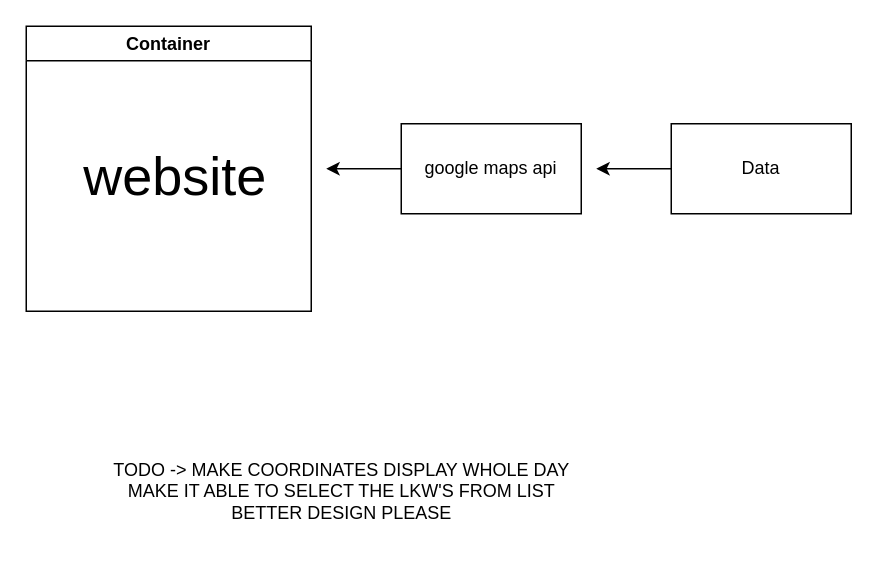
Earlier version of the draw.io diagram Untitled Diagram.drawio (NepsNepsi/qrcodetraining). Source tidied: cells renumbered, new cells numbered last; positions are measured from the earlier drawing's top-left corner, leaving out a move shared by most shapes. Both pictures are drawn from the tidied source at 150%, with x=0, y=0 at pixel (26, 26).
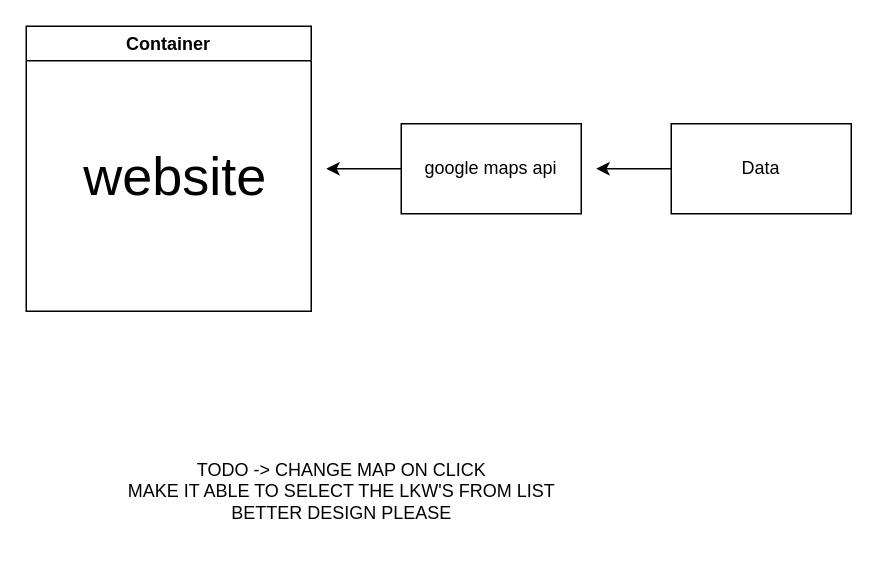
The same diagram, later.

Change to the diagram source:
```diff
@@
 <mxGraphModel>
   <root>
     <mxCell id="0" />
     <mxCell id="1" parent="0" />
     <mxCell id="2" value="Container" style="swimlane;" parent="1" vertex="1">
       <mxGeometry width="190" height="190" as="geometry" />
     </mxCell>
     <mxCell id="3" value="&lt;div style=&quot;font-size: 36px;&quot;&gt;website&lt;/div&gt;" style="text;html=1;align=center;verticalAlign=middle;strokeColor=none;fillColor=none;fontSize=36;" parent="2" vertex="1">
       <mxGeometry x="29" y="70" width="140" height="60" as="geometry" />
     </mxCell>
     <mxCell id="4" style="edgeStyle=orthogonalEdgeStyle;rounded=0;jettySize=auto;html=1;" parent="1" edge="1" source="5">
       <mxGeometry relative="1" as="geometry">
         <mxPoint x="380" y="95" as="targetPoint" />
       </mxGeometry>
     </mxCell>
     <mxCell id="5" value="&lt;div&gt;Data&lt;/div&gt;" style="rounded=0;whiteSpace=wrap;html=1;" parent="1" vertex="1">
       <mxGeometry x="430" y="65" width="120" height="60" as="geometry" />
     </mxCell>
     <mxCell id="6" style="edgeStyle=orthogonalEdgeStyle;rounded=0;jettySize=auto;html=1;" parent="1" edge="1" source="7">
       <mxGeometry relative="1" as="geometry">
         <mxPoint x="200" y="95" as="targetPoint" />
       </mxGeometry>
     </mxCell>
     <mxCell id="7" value="&lt;div&gt;google maps api&lt;/div&gt;" style="rounded=0;whiteSpace=wrap;html=1;" parent="1" vertex="1">
       <mxGeometry x="250" y="65" width="120" height="60" as="geometry" />
     </mxCell>
-    <mxCell id="8" value="TODO -&amp;gt; MAKE COORDINATES DISPLAY WHOLE DAY&lt;br&gt;MAKE IT ABLE TO SELECT THE LKW'S FROM LIST&lt;br&gt;BETTER DESIGN PLEASE" style="text;html=1;align=center;verticalAlign=middle;strokeColor=none;fillColor=none;" parent="1" vertex="1">
-      <mxGeometry x="50" y="280" width="320" height="60" as="geometry" />
+    <mxCell id="8" value="&lt;div&gt;TODO -&amp;gt; CHANGE MAP ON CLICK&lt;/div&gt;MAKE IT ABLE TO SELECT THE LKW'S FROM LIST&lt;br&gt;BETTER DESIGN PLEASE" style="text;html=1;align=center;verticalAlign=middle;strokeColor=none;fillColor=none;" parent="1" vertex="1">
+      <mxGeometry x="55" y="280" width="310" height="60" as="geometry" />
     </mxCell>
   </root>
 </mxGraphModel>
```
